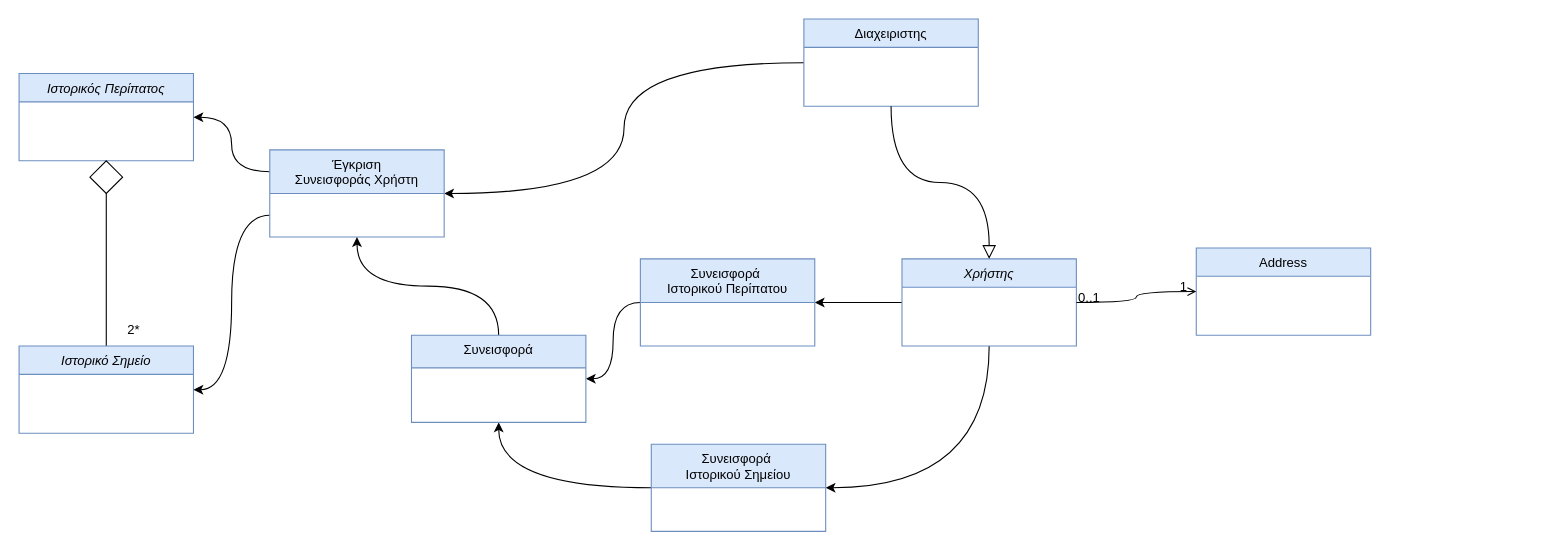
Before: NOTES/Domain Model v0.1.drawio in Nektar24/software-engineering, a draw.io diagram. Source tidied: cells renumbered, new cells numbered last; positions are measured from the earlier drawing's top-left corner, leaving out a move shared by most shapes. Both pictures are drawn from the tidied source at 109%, with x=0, y=0 at pixel (19, 19).
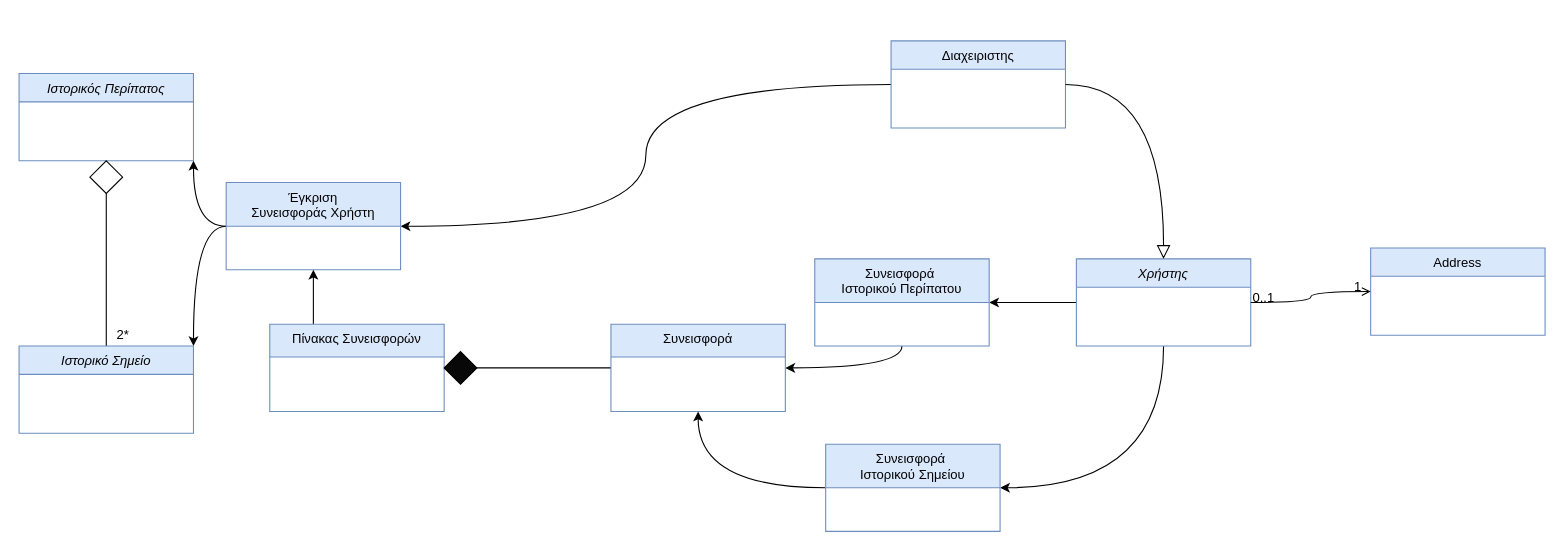
The same diagram, later.

Commit message (it also covers changes not shown here):
domain model changes

Unchanged cells that the change refers to:
```xml
<mxCell id="12" value="Ιστορικός Περίπατος" style="swimlane;fontStyle=2;align=center;verticalAlign=top;horizontal=1;startSize=26;rounded=0;shadow=0;strokeWidth=1;fillColor=#dae8fc;strokeColor=#6c8ebf;" parent="1" vertex="1">
  <mxGeometry y="50" width="160" height="80" as="geometry" />
</mxCell>
<mxCell id="14" value="Ιστορικό Σημείο" style="swimlane;fontStyle=2;align=center;verticalAlign=top;horizontal=1;startSize=26;rounded=0;shadow=0;strokeWidth=1;fillColor=#dae8fc;strokeColor=#6c8ebf;" parent="1" vertex="1">
  <mxGeometry y="300" width="160" height="80" as="geometry" />
</mxCell>
```

The edit, as a diff of the source:
```diff
@@
     <mxCell id="4" value="Χρήστης" style="swimlane;fontStyle=2;align=center;verticalAlign=top;horizontal=1;startSize=26;rounded=0;shadow=0;strokeWidth=1;fillColor=#dae8fc;strokeColor=#6c8ebf;" parent="1" vertex="1">
-      <mxGeometry x="810" y="220" width="160" height="80" as="geometry" />
+      <mxGeometry x="970" y="220" width="160" height="80" as="geometry" />
     </mxCell>
@@
     <mxCell id="6" value="Διαχειριστης" style="swimlane;fontStyle=0;align=center;verticalAlign=top;horizontal=1;startSize=26;rounded=0;shadow=0;strokeWidth=1;fillColor=#dae8fc;strokeColor=#6c8ebf;" parent="1" vertex="1">
-      <mxGeometry x="720" width="160" height="80" as="geometry" />
+      <mxGeometry x="800" y="20" width="160" height="80" as="geometry" />
     </mxCell>
@@
     <mxCell id="8" value="Address" style="swimlane;fontStyle=0;align=center;verticalAlign=top;horizontal=1;startSize=26;rounded=0;shadow=0;strokeWidth=1;fillColor=#dae8fc;strokeColor=#6c8ebf;" parent="1" vertex="1">
-      <mxGeometry x="1080" y="210" width="160" height="80" as="geometry" />
+      <mxGeometry x="1240" y="210" width="160" height="80" as="geometry" />
     </mxCell>
@@
     <mxCell id="15" value="2*" style="text;html=1;align=center;verticalAlign=middle;strokeColor=none;fillColor=none;" parent="1" vertex="1">
-      <mxGeometry x="90" y="270" width="30" height="30" as="geometry" />
+      <mxGeometry x="80" y="275" width="30" height="30" as="geometry" />
     </mxCell>
-    <mxCell id="16" style="edgeStyle=orthogonalEdgeStyle;rounded=0;jettySize=auto;html=1;exitX=0;exitY=0.5;exitDx=0;exitDy=0;entryX=1;entryY=0.5;entryDx=0;entryDy=0;elbow=vertical;curved=1;" parent="1" edge="1" source="17" target="25">
+    <mxCell id="16" style="edgeStyle=orthogonalEdgeStyle;curved=1;rounded=0;jettySize=auto;html=1;exitX=0.5;exitY=1;exitDx=0;exitDy=0;entryX=1;entryY=0.5;entryDx=0;entryDy=0;strokeColor=default;align=center;verticalAlign=middle;fontFamily=Helvetica;fontSize=11;fontColor=default;labelBackgroundColor=default;elbow=vertical;endArrow=classic;" parent="1" edge="1" source="17" target="25">
       <mxGeometry relative="1" as="geometry" />
     </mxCell>
     <mxCell id="17" value="Συνεισφορά &#10;Ιστορικού Περίπατου" style="swimlane;fontStyle=0;align=center;verticalAlign=top;horizontal=1;startSize=40;rounded=0;shadow=0;strokeWidth=1;fillColor=#dae8fc;strokeColor=#6c8ebf;glass=0;gradientColor=none;swimlaneFillColor=none;noLabel=0;labelPadding=0;swimlaneLine=1;fillStyle=auto;" parent="1" vertex="1">
-      <mxGeometry x="570" y="220" width="160" height="80" as="geometry" />
+      <mxGeometry x="730" y="220" width="160" height="80" as="geometry" />
     </mxCell>
@@
     <mxCell id="20" value="Συνεισφορά &#10;Ιστορικού Σημείου" style="swimlane;fontStyle=0;align=center;verticalAlign=top;horizontal=1;startSize=40;rounded=0;shadow=0;strokeWidth=1;fillColor=#dae8fc;strokeColor=#6c8ebf;glass=0;gradientColor=none;swimlaneFillColor=none;noLabel=0;labelPadding=0;swimlaneLine=1;fillStyle=auto;" parent="1" vertex="1">
-      <mxGeometry x="580" y="390" width="160" height="80" as="geometry" />
+      <mxGeometry x="740" y="390" width="160" height="80" as="geometry" />
     </mxCell>
-    <mxCell id="21" style="edgeStyle=orthogonalEdgeStyle;curved=1;rounded=0;jettySize=auto;html=1;exitX=0;exitY=0.75;exitDx=0;exitDy=0;entryX=1;entryY=0.5;entryDx=0;entryDy=0;strokeColor=default;align=center;verticalAlign=middle;fontFamily=Helvetica;fontSize=11;fontColor=default;labelBackgroundColor=default;elbow=vertical;endArrow=classic;" parent="1" edge="1" source="23" target="14">
+    <mxCell id="21" style="edgeStyle=orthogonalEdgeStyle;curved=1;rounded=0;jettySize=auto;html=1;exitX=0;exitY=0.5;exitDx=0;exitDy=0;entryX=1;entryY=0;entryDx=0;entryDy=0;strokeColor=default;align=center;verticalAlign=middle;fontFamily=Helvetica;fontSize=11;fontColor=default;labelBackgroundColor=default;elbow=vertical;endArrow=classic;" parent="1" edge="1" source="23" target="14">
       <mxGeometry relative="1" as="geometry" />
     </mxCell>
-    <mxCell id="22" style="edgeStyle=orthogonalEdgeStyle;curved=1;rounded=0;jettySize=auto;html=1;exitX=0;exitY=0.25;exitDx=0;exitDy=0;entryX=1;entryY=0.5;entryDx=0;entryDy=0;strokeColor=default;align=center;verticalAlign=middle;fontFamily=Helvetica;fontSize=11;fontColor=default;labelBackgroundColor=default;elbow=vertical;endArrow=classic;" parent="1" edge="1" source="23" target="12">
+    <mxCell id="22" style="edgeStyle=orthogonalEdgeStyle;curved=1;rounded=0;jettySize=auto;html=1;exitX=0;exitY=0.5;exitDx=0;exitDy=0;entryX=1;entryY=1;entryDx=0;entryDy=0;strokeColor=default;align=center;verticalAlign=middle;fontFamily=Helvetica;fontSize=11;fontColor=default;labelBackgroundColor=default;elbow=vertical;endArrow=classic;" parent="1" edge="1" source="23" target="12">
       <mxGeometry relative="1" as="geometry" />
     </mxCell>
     <mxCell id="23" value="Έγκριση&#10;Συνεισφοράς Χρήστη" style="swimlane;fontStyle=0;align=center;verticalAlign=top;horizontal=1;startSize=40;rounded=0;shadow=0;strokeWidth=1;fillColor=#dae8fc;strokeColor=#6c8ebf;" parent="1" vertex="1">
-      <mxGeometry x="230" y="120" width="160" height="80" as="geometry" />
+      <mxGeometry x="190" y="150" width="160" height="80" as="geometry" />
     </mxCell>
-    <mxCell id="24" style="edgeStyle=orthogonalEdgeStyle;curved=1;rounded=0;jettySize=auto;html=1;exitX=0.5;exitY=0;exitDx=0;exitDy=0;entryX=0.5;entryY=1;entryDx=0;entryDy=0;strokeColor=default;align=center;verticalAlign=middle;fontFamily=Helvetica;fontSize=11;fontColor=default;labelBackgroundColor=default;elbow=vertical;endArrow=classic;" parent="1" edge="1" source="25" target="23">
-      <mxGeometry relative="1" as="geometry" />
-    </mxCell>
+    <mxCell id="26" style="edgeStyle=orthogonalEdgeStyle;curved=1;rounded=0;jettySize=auto;html=1;exitX=0;exitY=0.5;exitDx=0;exitDy=0;entryX=1;entryY=0.5;entryDx=0;entryDy=0;strokeColor=default;align=center;verticalAlign=middle;fontFamily=Helvetica;fontSize=11;fontColor=default;labelBackgroundColor=default;elbow=vertical;endArrow=classic;" parent="1" edge="1" source="25" target="28">
+      <mxGeometry relative="1" as="geometry" />
+    </mxCell>
     <mxCell id="25" value="Συνεισφορά" style="swimlane;fontStyle=0;align=center;verticalAlign=top;horizontal=1;startSize=30;rounded=0;shadow=0;strokeWidth=1;fillColor=#dae8fc;strokeColor=#6c8ebf;" parent="1" vertex="1">
-      <mxGeometry x="360" y="290" width="160" height="80" as="geometry" />
+      <mxGeometry x="543" y="280" width="160" height="80" as="geometry" />
     </mxCell>
+    <mxCell id="27" style="edgeStyle=orthogonalEdgeStyle;curved=1;rounded=0;jettySize=auto;html=1;exitX=0.25;exitY=0;exitDx=0;exitDy=0;entryX=0.5;entryY=1;entryDx=0;entryDy=0;strokeColor=default;align=center;verticalAlign=middle;fontFamily=Helvetica;fontSize=11;fontColor=default;labelBackgroundColor=default;elbow=vertical;endArrow=classic;" parent="1" edge="1" source="28" target="23">
+      <mxGeometry relative="1" as="geometry" />
+    </mxCell>
+    <mxCell id="28" value="Πίνακας Συνεισφορών" style="swimlane;fontStyle=0;align=center;verticalAlign=top;horizontal=1;startSize=30;rounded=0;shadow=0;strokeWidth=1;fillColor=#dae8fc;strokeColor=#6c8ebf;" parent="1" vertex="1">
+      <mxGeometry x="230" y="280" width="160" height="80" as="geometry" />
+    </mxCell>
+    <mxCell id="29" style="rhombus;whiteSpace=wrap;html=1;fillColor=#080808;" parent="1" vertex="1">
+      <mxGeometry x="390" y="305" width="30" height="30" as="geometry" />
+    </mxCell>
```
